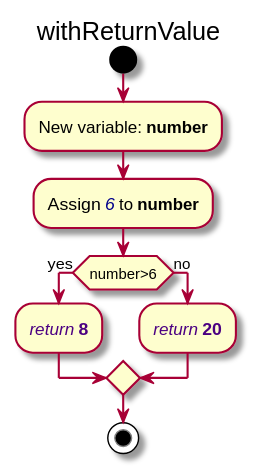
The PlantUML diagram Java-documentator/Documentation/images/Method_withReturnValue_diagram.svg in afmoyar/Java-Documentator, before a commit.
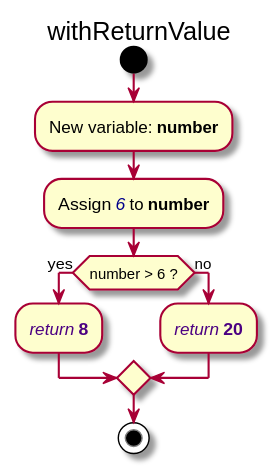
Above is the later version.

The edit, as a diff of the source:
```diff
@@ -3,7 +3,7 @@
 start
 :New variable: <b>number</b>;
 :Assign <color:darkblue><i>6</i></color> to <b>number</b>;
-if (number>6) then (yes)
+if (number > 6 ?) then (yes)
 :<color:INDIGO><i>return</i></color> <color:INDIGO><b>8</b></color>;
 else (no)
 :<color:INDIGO><i>return</i></color> <color:INDIGO><b>20</b></color>;
```
